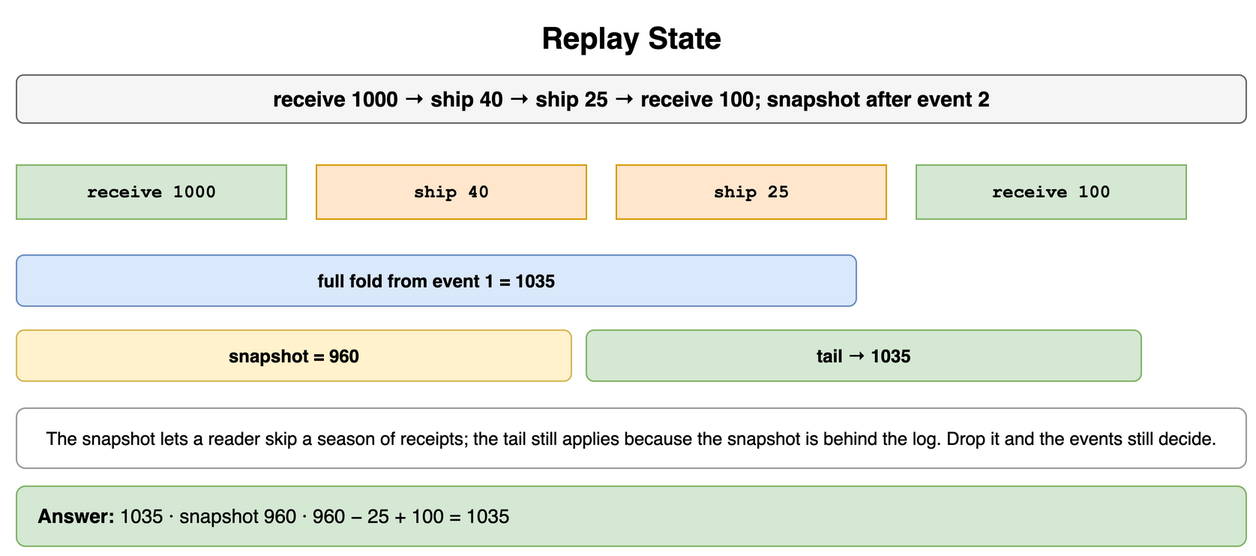
Above: content/09_System_Design_Interview/13_Storage_and_Data_Processing_at_Scale/diagrams/storage-processing-drills-7-replay-state.png in amendez13/swe-study-guide (draw.io), before the change. Source tidied: cells renumbered, new cells last; positions are measured from the earlier drawing's top-left corner, leaving out a move shared by most shapes. Source of this version:
```xml
<mxGraphModel>
  <root>
    <mxCell id="0" />
    <mxCell id="1" parent="0" />
    <mxCell id="2" value="Replay State" style="text;html=1;align=center;verticalAlign=middle;whiteSpace=wrap;fontSize=20;fontStyle=1;" parent="1" vertex="1">
      <mxGeometry width="820" height="30" as="geometry" />
    </mxCell>
    <mxCell id="3" value="receive 1000 → ship 40 → ship 25 → receive 100; snapshot after event 2" style="rounded=1;whiteSpace=wrap;html=1;fillColor=#f5f5f5;strokeColor=#666666;fontStyle=1;fontSize=14;" parent="1" vertex="1">
      <mxGeometry y="40" width="820" height="32" as="geometry" />
    </mxCell>
    <mxCell id="4" value="receive 1000" style="rounded=0;whiteSpace=wrap;html=1;fontFamily=Courier New;fontStyle=1;fontSize=13;fillColor=#d5e8d4;strokeColor=#82b366;fontSize=12;" parent="1" vertex="1">
      <mxGeometry y="100" width="180" height="36" as="geometry" />
    </mxCell>
    <mxCell id="5" value="ship 40" style="rounded=0;whiteSpace=wrap;html=1;fontFamily=Courier New;fontStyle=1;fontSize=13;fillColor=#ffe6cc;strokeColor=#d79b00;fontSize=12;" parent="1" vertex="1">
      <mxGeometry x="200" y="100" width="180" height="36" as="geometry" />
    </mxCell>
    <mxCell id="6" value="ship 25" style="rounded=0;whiteSpace=wrap;html=1;fontFamily=Courier New;fontStyle=1;fontSize=13;fillColor=#ffe6cc;strokeColor=#d79b00;fontSize=12;" parent="1" vertex="1">
      <mxGeometry x="400" y="100" width="180" height="36" as="geometry" />
    </mxCell>
    <mxCell id="7" value="receive 100" style="rounded=0;whiteSpace=wrap;html=1;fontFamily=Courier New;fontStyle=1;fontSize=13;fillColor=#d5e8d4;strokeColor=#82b366;fontSize=12;" parent="1" vertex="1">
      <mxGeometry x="600" y="100" width="180" height="36" as="geometry" />
    </mxCell>
    <mxCell id="8" value="full fold from event 1 = 1035" style="rounded=1;whiteSpace=wrap;html=1;fillColor=#dae8fc;strokeColor=#6c8ebf;fontSize=12;align=center;fontStyle=1;" parent="1" vertex="1">
      <mxGeometry y="160" width="560" height="34" as="geometry" />
    </mxCell>
    <mxCell id="9" value="snapshot = 960" style="rounded=1;whiteSpace=wrap;html=1;fillColor=#fff2cc;strokeColor=#d6b656;fontSize=12;align=center;fontStyle=1;" parent="1" vertex="1">
      <mxGeometry y="210" width="370" height="34" as="geometry" />
    </mxCell>
    <mxCell id="10" value="tail → 1035" style="rounded=1;whiteSpace=wrap;html=1;fillColor=#d5e8d4;strokeColor=#82b366;fontSize=12;align=center;fontStyle=1;" parent="1" vertex="1">
      <mxGeometry x="380" y="210" width="370" height="34" as="geometry" />
    </mxCell>
    <mxCell id="11" value="The snapshot lets a reader skip a season of receipts; the tail still applies because the snapshot is behind the log. Drop it and the events still decide." style="rounded=1;whiteSpace=wrap;html=1;fillColor=#ffffff;strokeColor=#999999;fontSize=12;align=center;" parent="1" vertex="1">
      <mxGeometry y="262" width="820" height="40" as="geometry" />
    </mxCell>
    <mxCell id="12" value="&lt;b&gt;Answer:&lt;/b&gt; 1035 · snapshot 960 · 960 − 25 + 100 = 1035" style="rounded=1;whiteSpace=wrap;html=1;fillColor=#d5e8d4;strokeColor=#82b366;fontSize=13;align=left;spacingLeft=12;" parent="1" vertex="1">
      <mxGeometry y="314" width="820" height="40" as="geometry" />
    </mxCell>
  </root>
</mxGraphModel>
```
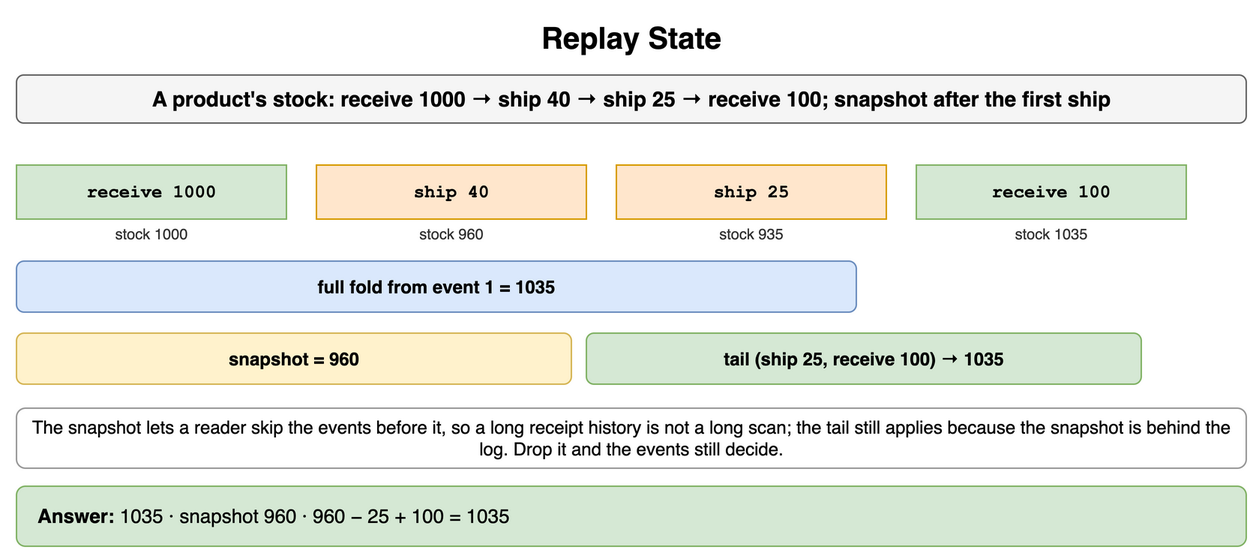
Above is the later version.

Diff of the diagram source:
```diff
@@ -5,35 +5,47 @@
     <mxCell id="2" value="Replay State" style="text;html=1;align=center;verticalAlign=middle;whiteSpace=wrap;fontSize=20;fontStyle=1;" parent="1" vertex="1">
       <mxGeometry width="820" height="30" as="geometry" />
     </mxCell>
-    <mxCell id="3" value="receive 1000 → ship 40 → ship 25 → receive 100; snapshot after event 2" style="rounded=1;whiteSpace=wrap;html=1;fillColor=#f5f5f5;strokeColor=#666666;fontStyle=1;fontSize=14;" parent="1" vertex="1">
+    <mxCell id="3" value="A product's stock: receive 1000 → ship 40 → ship 25 → receive 100; snapshot after the first ship" style="rounded=1;whiteSpace=wrap;html=1;fillColor=#f5f5f5;strokeColor=#666666;fontStyle=1;fontSize=14;" parent="1" vertex="1">
       <mxGeometry y="40" width="820" height="32" as="geometry" />
     </mxCell>
     <mxCell id="4" value="receive 1000" style="rounded=0;whiteSpace=wrap;html=1;fontFamily=Courier New;fontStyle=1;fontSize=13;fillColor=#d5e8d4;strokeColor=#82b366;fontSize=12;" parent="1" vertex="1">
       <mxGeometry y="100" width="180" height="36" as="geometry" />
     </mxCell>
-    <mxCell id="5" value="ship 40" style="rounded=0;whiteSpace=wrap;html=1;fontFamily=Courier New;fontStyle=1;fontSize=13;fillColor=#ffe6cc;strokeColor=#d79b00;fontSize=12;" parent="1" vertex="1">
-      <mxGeometry x="200" y="100" width="180" height="36" as="geometry" />
+    <mxCell id="5" value="stock 1000" style="text;html=1;whiteSpace=wrap;fontSize=11;align=center;verticalAlign=middle;fontSize=10;fontColor=#333333;" parent="1" vertex="1">
+      <mxGeometry y="138" width="180" height="16" as="geometry" />
     </mxCell>
-    <mxCell id="6" value="ship 25" style="rounded=0;whiteSpace=wrap;html=1;fontFamily=Courier New;fontStyle=1;fontSize=13;fillColor=#ffe6cc;strokeColor=#d79b00;fontSize=12;" parent="1" vertex="1">
-      <mxGeometry x="400" y="100" width="180" height="36" as="geometry" />
+    <mxCell id="6" value="ship 40" style="rounded=0;whiteSpace=wrap;html=1;fontFamily=Courier New;fontStyle=1;fontSize=13;fillColor=#ffe6cc;strokeColor=#d79b00;fontSize=12;" parent="1" vertex="1">
+      <mxGeometry x="200" y="100" width="180" height="36" as="geometry" />
     </mxCell>
-    <mxCell id="7" value="receive 100" style="rounded=0;whiteSpace=wrap;html=1;fontFamily=Courier New;fontStyle=1;fontSize=13;fillColor=#d5e8d4;strokeColor=#82b366;fontSize=12;" parent="1" vertex="1">
-      <mxGeometry x="600" y="100" width="180" height="36" as="geometry" />
+    <mxCell id="7" value="stock 960" style="text;html=1;whiteSpace=wrap;fontSize=11;align=center;verticalAlign=middle;fontSize=10;fontColor=#333333;" parent="1" vertex="1">
+      <mxGeometry x="200" y="138" width="180" height="16" as="geometry" />
     </mxCell>
-    <mxCell id="8" value="full fold from event 1 = 1035" style="rounded=1;whiteSpace=wrap;html=1;fillColor=#dae8fc;strokeColor=#6c8ebf;fontSize=12;align=center;fontStyle=1;" parent="1" vertex="1">
-      <mxGeometry y="160" width="560" height="34" as="geometry" />
+    <mxCell id="8" value="ship 25" style="rounded=0;whiteSpace=wrap;html=1;fontFamily=Courier New;fontStyle=1;fontSize=13;fillColor=#ffe6cc;strokeColor=#d79b00;fontSize=12;" parent="1" vertex="1">
+      <mxGeometry x="400" y="100" width="180" height="36" as="geometry" />
     </mxCell>
-    <mxCell id="9" value="snapshot = 960" style="rounded=1;whiteSpace=wrap;html=1;fillColor=#fff2cc;strokeColor=#d6b656;fontSize=12;align=center;fontStyle=1;" parent="1" vertex="1">
-      <mxGeometry y="210" width="370" height="34" as="geometry" />
+    <mxCell id="9" value="stock 935" style="text;html=1;whiteSpace=wrap;fontSize=11;align=center;verticalAlign=middle;fontSize=10;fontColor=#333333;" parent="1" vertex="1">
+      <mxGeometry x="400" y="138" width="180" height="16" as="geometry" />
     </mxCell>
-    <mxCell id="10" value="tail → 1035" style="rounded=1;whiteSpace=wrap;html=1;fillColor=#d5e8d4;strokeColor=#82b366;fontSize=12;align=center;fontStyle=1;" parent="1" vertex="1">
-      <mxGeometry x="380" y="210" width="370" height="34" as="geometry" />
+    <mxCell id="10" value="receive 100" style="rounded=0;whiteSpace=wrap;html=1;fontFamily=Courier New;fontStyle=1;fontSize=13;fillColor=#d5e8d4;strokeColor=#82b366;fontSize=12;" parent="1" vertex="1">
+      <mxGeometry x="600" y="100" width="180" height="36" as="geometry" />
     </mxCell>
-    <mxCell id="11" value="The snapshot lets a reader skip a season of receipts; the tail still applies because the snapshot is behind the log. Drop it and the events still decide." style="rounded=1;whiteSpace=wrap;html=1;fillColor=#ffffff;strokeColor=#999999;fontSize=12;align=center;" parent="1" vertex="1">
-      <mxGeometry y="262" width="820" height="40" as="geometry" />
+    <mxCell id="11" value="stock 1035" style="text;html=1;whiteSpace=wrap;fontSize=11;align=center;verticalAlign=middle;fontSize=10;fontColor=#333333;" parent="1" vertex="1">
+      <mxGeometry x="600" y="138" width="180" height="16" as="geometry" />
     </mxCell>
-    <mxCell id="12" value="&lt;b&gt;Answer:&lt;/b&gt; 1035 · snapshot 960 · 960 − 25 + 100 = 1035" style="rounded=1;whiteSpace=wrap;html=1;fillColor=#d5e8d4;strokeColor=#82b366;fontSize=13;align=left;spacingLeft=12;" parent="1" vertex="1">
-      <mxGeometry y="314" width="820" height="40" as="geometry" />
+    <mxCell id="12" value="full fold from event 1 = 1035" style="rounded=1;whiteSpace=wrap;html=1;fillColor=#dae8fc;strokeColor=#6c8ebf;fontSize=12;align=center;fontStyle=1;" parent="1" vertex="1">
+      <mxGeometry y="164" width="560" height="34" as="geometry" />
     </mxCell>
+    <mxCell id="13" value="snapshot = 960" style="rounded=1;whiteSpace=wrap;html=1;fillColor=#fff2cc;strokeColor=#d6b656;fontSize=12;align=center;fontStyle=1;" parent="1" vertex="1">
+      <mxGeometry y="212" width="370" height="34" as="geometry" />
+    </mxCell>
+    <mxCell id="14" value="tail (ship 25, receive 100) → 1035" style="rounded=1;whiteSpace=wrap;html=1;fillColor=#d5e8d4;strokeColor=#82b366;fontSize=12;align=center;fontStyle=1;" parent="1" vertex="1">
+      <mxGeometry x="380" y="212" width="370" height="34" as="geometry" />
+    </mxCell>
+    <mxCell id="15" value="The snapshot lets a reader skip the events before it, so a long receipt history is not a long scan; the tail still applies because the snapshot is behind the log. Drop it and the events still decide." style="rounded=1;whiteSpace=wrap;html=1;fillColor=#ffffff;strokeColor=#999999;fontSize=12;align=center;" parent="1" vertex="1">
+      <mxGeometry y="262" width="820" height="40" as="geometry" />
+    </mxCell>
+    <mxCell id="16" value="&lt;b&gt;Answer:&lt;/b&gt; 1035 · snapshot 960 · 960 − 25 + 100 = 1035" style="rounded=1;whiteSpace=wrap;html=1;fillColor=#d5e8d4;strokeColor=#82b366;fontSize=13;align=left;spacingLeft=12;" parent="1" vertex="1">
+      <mxGeometry y="314" width="820" height="40" as="geometry" />
+    </mxCell>
   </root>
 </mxGraphModel>
```
